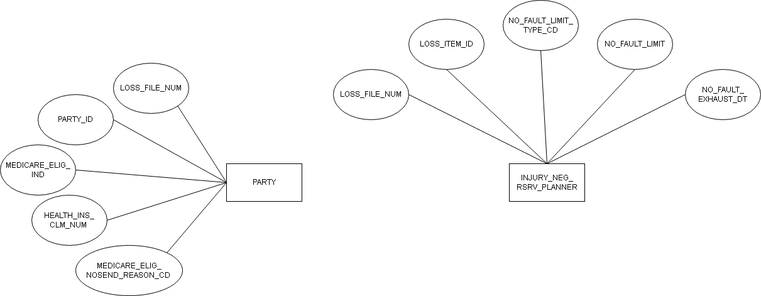
Before: icu_medicare_tab.drawio.png, a diagram exported from draw.io (aliu7198/diagrams). Source tidied: cells renumbered, new cells last; positions are measured from the earlier drawing's top-left corner, leaving out a move shared by most shapes.
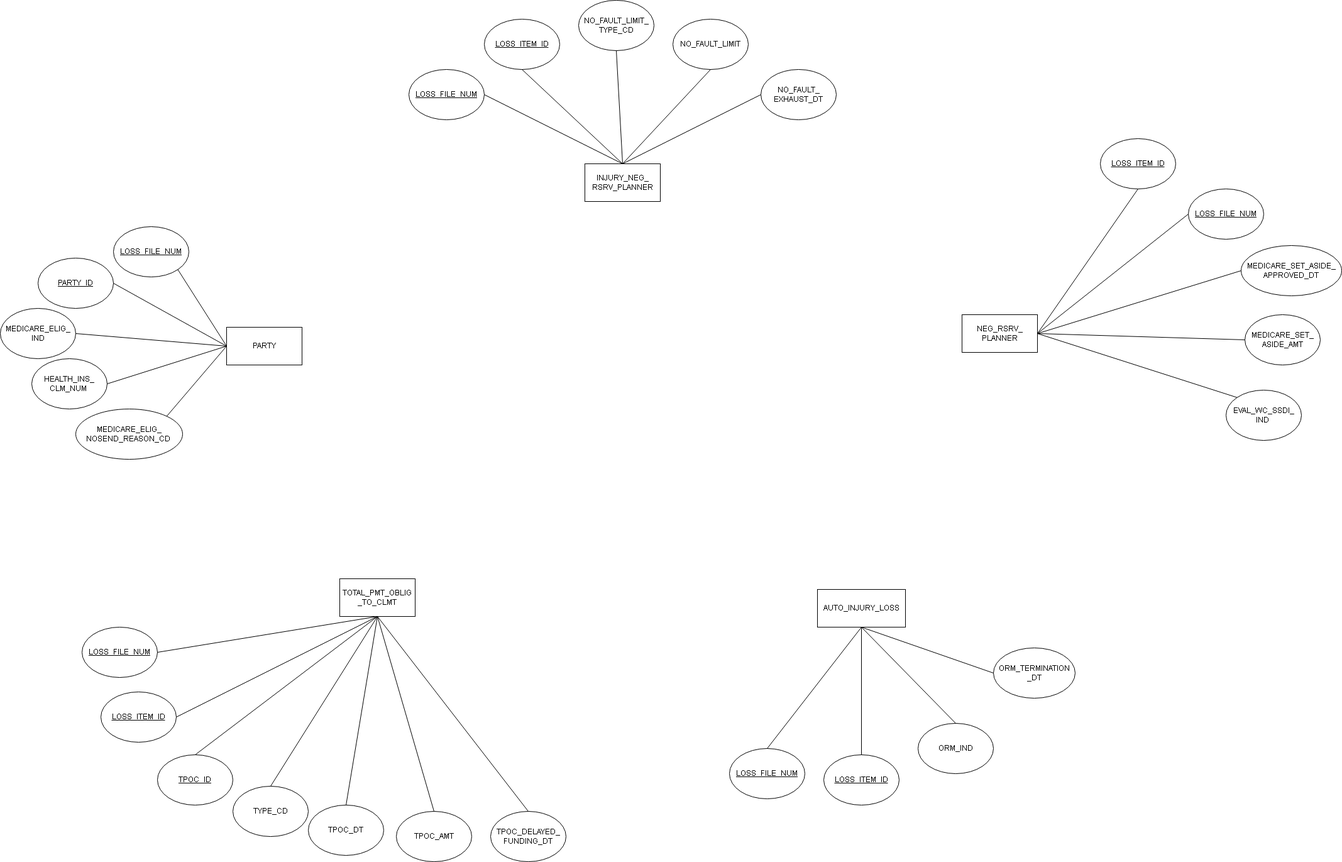
After the change.

Diff of the diagram source:
```diff
@@ -3,22 +3,22 @@
     <mxCell id="0" />
     <mxCell id="1" parent="0" />
     <mxCell id="2" value="PARTY" style="rounded=0;whiteSpace=wrap;html=1;" parent="1" vertex="1">
-      <mxGeometry x="360" y="260" width="120" height="60" as="geometry" />
+      <mxGeometry x="320" y="390" width="120" height="60" as="geometry" />
     </mxCell>
-    <mxCell id="3" value="LOSS_FILE_NUM" style="ellipse;whiteSpace=wrap;html=1;" parent="1" vertex="1">
-      <mxGeometry x="180" y="100" width="120" height="80" as="geometry" />
+    <mxCell id="3" value="&lt;u&gt;LOSS_FILE_NUM&lt;/u&gt;" style="ellipse;whiteSpace=wrap;html=1;" parent="1" vertex="1">
+      <mxGeometry x="140" y="230" width="120" height="80" as="geometry" />
     </mxCell>
-    <mxCell id="4" value="PARTY_ID" style="ellipse;whiteSpace=wrap;html=1;" parent="1" vertex="1">
-      <mxGeometry x="60" y="150" width="120" height="80" as="geometry" />
+    <mxCell id="4" value="&lt;u&gt;PARTY_ID&lt;/u&gt;" style="ellipse;whiteSpace=wrap;html=1;" parent="1" vertex="1">
+      <mxGeometry x="20" y="280" width="120" height="80" as="geometry" />
     </mxCell>
     <mxCell id="5" value="MEDICARE_ELIG_&lt;div&gt;IND&lt;/div&gt;" style="ellipse;whiteSpace=wrap;html=1;" parent="1" vertex="1">
-      <mxGeometry y="230" width="120" height="80" as="geometry" />
+      <mxGeometry x="-40" y="360" width="120" height="80" as="geometry" />
     </mxCell>
     <mxCell id="6" value="HEALTH_INS_&lt;div&gt;CLM_NUM&amp;nbsp;&lt;/div&gt;" style="ellipse;whiteSpace=wrap;html=1;" parent="1" vertex="1">
-      <mxGeometry x="50" y="310" width="120" height="80" as="geometry" />
+      <mxGeometry x="10" y="440" width="120" height="80" as="geometry" />
     </mxCell>
     <mxCell id="7" value="MEDICARE_ELIG_&lt;div&gt;NOSEND_REASON_CD&amp;nbsp;&lt;/div&gt;" style="ellipse;whiteSpace=wrap;html=1;" parent="1" vertex="1">
-      <mxGeometry x="120" y="390" width="170" height="80" as="geometry" />
+      <mxGeometry x="80" y="520" width="170" height="80" as="geometry" />
     </mxCell>
     <mxCell id="8" style="endArrow=none;html=1;rounded=0;exitX=1;exitY=1;exitDx=0;exitDy=0;entryX=0;entryY=0.5;entryDx=0;entryDy=0;" parent="1" edge="1" source="3" target="2">
       <mxGeometry relative="1" as="geometry" />
@@ -31,31 +31,31 @@
     </mxCell>
     <mxCell id="11" style="endArrow=none;html=1;rounded=0;exitX=1;exitY=0.5;exitDx=0;exitDy=0;" parent="1" edge="1" source="5">
       <mxGeometry relative="1" as="geometry">
-        <mxPoint x="360" y="290" as="targetPoint" />
+        <mxPoint x="320" y="420" as="targetPoint" />
       </mxGeometry>
     </mxCell>
     <mxCell id="12" style="endArrow=none;html=1;rounded=0;exitX=1;exitY=0;exitDx=0;exitDy=0;" parent="1" edge="1" source="7">
       <mxGeometry relative="1" as="geometry">
-        <mxPoint x="360" y="290" as="targetPoint" />
+        <mxPoint x="320" y="420" as="targetPoint" />
       </mxGeometry>
     </mxCell>
     <mxCell id="13" value="INJURY_NEG_&lt;div&gt;RSRV_PLANNER&lt;/div&gt;" style="rounded=0;whiteSpace=wrap;html=1;" parent="1" vertex="1">
-      <mxGeometry x="810" y="260" width="120" height="60" as="geometry" />
+      <mxGeometry x="890" y="130" width="120" height="60" as="geometry" />
     </mxCell>
-    <mxCell id="14" value="LOSS_ITEM_ID" style="ellipse;whiteSpace=wrap;html=1;" parent="1" vertex="1">
-      <mxGeometry x="650" y="30" width="120" height="80" as="geometry" />
+    <mxCell id="14" value="&lt;u&gt;LOSS_ITEM_ID&lt;/u&gt;" style="ellipse;whiteSpace=wrap;html=1;" parent="1" vertex="1">
+      <mxGeometry x="730" y="-100" width="120" height="80" as="geometry" />
     </mxCell>
-    <mxCell id="15" value="LOSS_FILE_NUM" style="ellipse;whiteSpace=wrap;html=1;" parent="1" vertex="1">
-      <mxGeometry x="530" y="110" width="120" height="80" as="geometry" />
+    <mxCell id="15" value="&lt;u&gt;LOSS_FILE_NUM&lt;/u&gt;" style="ellipse;whiteSpace=wrap;html=1;" parent="1" vertex="1">
+      <mxGeometry x="610" y="-20" width="120" height="80" as="geometry" />
     </mxCell>
     <mxCell id="16" value="NO_FAULT_LIMIT_&lt;div&gt;TYPE_CD&lt;/div&gt;" style="ellipse;whiteSpace=wrap;html=1;" parent="1" vertex="1">
-      <mxGeometry x="800" width="120" height="80" as="geometry" />
+      <mxGeometry x="880" y="-130" width="120" height="80" as="geometry" />
     </mxCell>
     <mxCell id="17" value="NO_FAULT_LIMIT" style="ellipse;whiteSpace=wrap;html=1;" parent="1" vertex="1">
-      <mxGeometry x="950" y="30" width="120" height="80" as="geometry" />
+      <mxGeometry x="1030" y="-100" width="120" height="80" as="geometry" />
     </mxCell>
     <mxCell id="18" value="NO_FAULT_&lt;div&gt;EXHAUST_DT&lt;/div&gt;" style="ellipse;whiteSpace=wrap;html=1;" parent="1" vertex="1">
-      <mxGeometry x="1090" y="110" width="120" height="80" as="geometry" />
+      <mxGeometry x="1170" y="-20" width="120" height="80" as="geometry" />
     </mxCell>
     <mxCell id="19" style="endArrow=none;html=1;rounded=0;entryX=0.5;entryY=1;entryDx=0;entryDy=0;exitX=0.5;exitY=0;exitDx=0;exitDy=0;" parent="1" edge="1" source="13" target="14">
       <mxGeometry relative="1" as="geometry" />
@@ -72,5 +72,112 @@
     <mxCell id="23" style="endArrow=none;html=1;rounded=0;entryX=0;entryY=0.5;entryDx=0;entryDy=0;exitX=0.5;exitY=0;exitDx=0;exitDy=0;" parent="1" edge="1" source="13" target="18">
       <mxGeometry relative="1" as="geometry" />
     </mxCell>
+    <mxCell id="24" value="NEG_RSRV_&lt;div&gt;PLANNER&lt;/div&gt;" style="rounded=0;whiteSpace=wrap;html=1;" parent="1" vertex="1">
+      <mxGeometry x="1490" y="370" width="120" height="60" as="geometry" />
+    </mxCell>
+    <mxCell id="25" value="MEDICARE_SET_ASIDE_&lt;div&gt;APPROVED_DT&lt;/div&gt;" style="ellipse;whiteSpace=wrap;html=1;" parent="1" vertex="1">
+      <mxGeometry x="1934" y="260" width="160" height="80" as="geometry" />
+    </mxCell>
+    <mxCell id="26" value="MEDICARE_SET_&lt;div&gt;ASIDE_AMT&lt;/div&gt;" style="ellipse;whiteSpace=wrap;html=1;" parent="1" vertex="1">
+      <mxGeometry x="1940" y="370" width="120" height="80" as="geometry" />
+    </mxCell>
+    <mxCell id="27" value="EVAL_WC_SSDI_&lt;div&gt;IND&amp;nbsp;&lt;/div&gt;" style="ellipse;whiteSpace=wrap;html=1;" parent="1" vertex="1">
+      <mxGeometry x="1910" y="490" width="120" height="80" as="geometry" />
+    </mxCell>
+    <mxCell id="28" value="&lt;u&gt;LOSS_FILE_NUM&lt;/u&gt;" style="ellipse;whiteSpace=wrap;html=1;" parent="1" vertex="1">
+      <mxGeometry x="1850" y="170" width="120" height="80" as="geometry" />
+    </mxCell>
+    <mxCell id="29" value="&lt;u&gt;LOSS_ITEM_ID&lt;/u&gt;" style="ellipse;whiteSpace=wrap;html=1;" parent="1" vertex="1">
+      <mxGeometry x="1710" y="90" width="120" height="80" as="geometry" />
+    </mxCell>
+    <mxCell id="30" style="endArrow=none;html=1;rounded=0;entryX=0.5;entryY=1;entryDx=0;entryDy=0;exitX=1;exitY=0.5;exitDx=0;exitDy=0;" parent="1" edge="1" source="24" target="29">
+      <mxGeometry relative="1" as="geometry" />
+    </mxCell>
+    <mxCell id="31" style="endArrow=none;html=1;rounded=0;entryX=0;entryY=0.5;entryDx=0;entryDy=0;" parent="1" edge="1" target="25">
+      <mxGeometry relative="1" as="geometry">
+        <mxPoint x="1610" y="400" as="sourcePoint" />
+      </mxGeometry>
+    </mxCell>
+    <mxCell id="32" style="endArrow=none;html=1;rounded=0;entryX=0;entryY=0.5;entryDx=0;entryDy=0;exitX=1;exitY=0.5;exitDx=0;exitDy=0;" parent="1" edge="1" source="24" target="26">
+      <mxGeometry relative="1" as="geometry" />
+    </mxCell>
+    <mxCell id="33" style="endArrow=none;html=1;rounded=0;entryX=0;entryY=0;entryDx=0;entryDy=0;exitX=1;exitY=0.5;exitDx=0;exitDy=0;" parent="1" edge="1" source="24" target="27">
+      <mxGeometry relative="1" as="geometry" />
+    </mxCell>
+    <mxCell id="34" style="endArrow=none;html=1;rounded=0;entryX=0;entryY=0.5;entryDx=0;entryDy=0;exitX=1;exitY=0.5;exitDx=0;exitDy=0;" parent="1" edge="1" source="24" target="28">
+      <mxGeometry relative="1" as="geometry" />
+    </mxCell>
+    <mxCell id="35" value="AUTO_INJURY_LOSS" style="rounded=0;whiteSpace=wrap;html=1;" parent="1" vertex="1">
+      <mxGeometry x="1260" y="807" width="140" height="60" as="geometry" />
+    </mxCell>
+    <mxCell id="36" value="ORM_IND" style="ellipse;whiteSpace=wrap;html=1;" parent="1" vertex="1">
+      <mxGeometry x="1420" y="1020" width="120" height="80" as="geometry" />
+    </mxCell>
+    <mxCell id="37" value="ORM_TERMINATION&lt;div&gt;_DT&lt;/div&gt;" style="ellipse;whiteSpace=wrap;html=1;" parent="1" vertex="1">
+      <mxGeometry x="1540" y="900" width="130" height="80" as="geometry" />
+    </mxCell>
+    <mxCell id="38" value="&lt;u&gt;LOSS_FILE_NUM&lt;/u&gt;" style="ellipse;whiteSpace=wrap;html=1;" parent="1" vertex="1">
+      <mxGeometry x="1120" y="1060" width="120" height="80" as="geometry" />
+    </mxCell>
+    <mxCell id="39" value="&lt;u&gt;LOSS_ITEM_ID&lt;/u&gt;" style="ellipse;whiteSpace=wrap;html=1;" parent="1" vertex="1">
+      <mxGeometry x="1270" y="1070" width="120" height="80" as="geometry" />
+    </mxCell>
+    <mxCell id="40" style="endArrow=none;html=1;rounded=0;exitX=0.5;exitY=0;exitDx=0;exitDy=0;entryX=0.5;entryY=1;entryDx=0;entryDy=0;" parent="1" edge="1" source="38" target="35">
+      <mxGeometry relative="1" as="geometry" />
+    </mxCell>
+    <mxCell id="41" style="endArrow=none;html=1;rounded=0;exitX=0.5;exitY=0;exitDx=0;exitDy=0;entryX=0.5;entryY=1;entryDx=0;entryDy=0;" parent="1" edge="1" source="39" target="35">
+      <mxGeometry relative="1" as="geometry" />
+    </mxCell>
+    <mxCell id="42" style="endArrow=none;html=1;rounded=0;exitX=0.5;exitY=0;exitDx=0;exitDy=0;entryX=0.5;entryY=1;entryDx=0;entryDy=0;" parent="1" edge="1" source="36" target="35">
+      <mxGeometry relative="1" as="geometry" />
+    </mxCell>
+    <mxCell id="43" style="endArrow=none;html=1;rounded=0;exitX=0;exitY=0.5;exitDx=0;exitDy=0;entryX=0.5;entryY=1;entryDx=0;entryDy=0;" parent="1" edge="1" source="37" target="35">
+      <mxGeometry relative="1" as="geometry" />
+    </mxCell>
+    <mxCell id="44" value="TOTAL_PMT_OBLIG&lt;div&gt;_TO_CLMT&lt;/div&gt;" style="rounded=0;whiteSpace=wrap;html=1;" parent="1" vertex="1">
+      <mxGeometry x="500" y="790" width="120" height="60" as="geometry" />
+    </mxCell>
+    <mxCell id="45" value="&lt;u&gt;TPOC_ID&lt;/u&gt;" style="ellipse;whiteSpace=wrap;html=1;" parent="1" vertex="1">
+      <mxGeometry x="210" y="1070" width="120" height="80" as="geometry" />
+    </mxCell>
+    <mxCell id="46" value="TYPE_CD" style="ellipse;whiteSpace=wrap;html=1;" parent="1" vertex="1">
+      <mxGeometry x="330" y="1120" width="120" height="80" as="geometry" />
+    </mxCell>
+    <mxCell id="47" value="TPOC_DT" style="ellipse;whiteSpace=wrap;html=1;" parent="1" vertex="1">
+      <mxGeometry x="450" y="1150" width="120" height="80" as="geometry" />
+    </mxCell>
+    <mxCell id="48" value="TPOC_AMT" style="ellipse;whiteSpace=wrap;html=1;" parent="1" vertex="1">
+      <mxGeometry x="590" y="1160" width="120" height="80" as="geometry" />
+    </mxCell>
+    <mxCell id="49" value="TPOC_DELAYED_&lt;div&gt;FUNDING_DT&lt;/div&gt;" style="ellipse;whiteSpace=wrap;html=1;" parent="1" vertex="1">
+      <mxGeometry x="740" y="1160" width="120" height="80" as="geometry" />
+    </mxCell>
+    <mxCell id="50" value="&lt;u&gt;LOSS_FILE_NUM&lt;/u&gt;" style="ellipse;whiteSpace=wrap;html=1;" parent="1" vertex="1">
+      <mxGeometry x="90" y="867" width="120" height="80" as="geometry" />
+    </mxCell>
+    <mxCell id="51" value="&lt;u&gt;LOSS_ITEM_ID&lt;/u&gt;" style="ellipse;whiteSpace=wrap;html=1;" parent="1" vertex="1">
+      <mxGeometry x="120" y="970" width="120" height="80" as="geometry" />
+    </mxCell>
+    <mxCell id="52" style="endArrow=none;html=1;rounded=0;exitX=1;exitY=0.5;exitDx=0;exitDy=0;entryX=0.5;entryY=1;entryDx=0;entryDy=0;" parent="1" edge="1" source="50" target="44">
+      <mxGeometry relative="1" as="geometry" />
+    </mxCell>
+    <mxCell id="53" style="endArrow=none;html=1;rounded=0;exitX=1;exitY=0.5;exitDx=0;exitDy=0;entryX=0.5;entryY=1;entryDx=0;entryDy=0;" parent="1" edge="1" source="51" target="44">
+      <mxGeometry relative="1" as="geometry" />
+    </mxCell>
+    <mxCell id="54" style="endArrow=none;html=1;rounded=0;exitX=0.5;exitY=0;exitDx=0;exitDy=0;entryX=0.5;entryY=1;entryDx=0;entryDy=0;" parent="1" edge="1" source="45" target="44">
+      <mxGeometry relative="1" as="geometry" />
+    </mxCell>
+    <mxCell id="55" style="endArrow=none;html=1;rounded=0;exitX=0.5;exitY=0;exitDx=0;exitDy=0;entryX=0.5;entryY=1;entryDx=0;entryDy=0;" parent="1" edge="1" source="46" target="44">
+      <mxGeometry relative="1" as="geometry" />
+    </mxCell>
+    <mxCell id="56" style="endArrow=none;html=1;rounded=0;entryX=0.5;entryY=0;entryDx=0;entryDy=0;exitX=0.5;exitY=1;exitDx=0;exitDy=0;" parent="1" edge="1" source="44" target="47">
+      <mxGeometry relative="1" as="geometry" />
+    </mxCell>
+    <mxCell id="57" style="endArrow=none;html=1;rounded=0;entryX=0.5;entryY=0;entryDx=0;entryDy=0;exitX=0.5;exitY=1;exitDx=0;exitDy=0;" parent="1" edge="1" source="44" target="48">
+      <mxGeometry relative="1" as="geometry" />
+    </mxCell>
+    <mxCell id="58" style="endArrow=none;html=1;rounded=0;entryX=0.5;entryY=0;entryDx=0;entryDy=0;exitX=0.5;exitY=1;exitDx=0;exitDy=0;" parent="1" edge="1" source="44" target="49">
+      <mxGeometry relative="1" as="geometry" />
+    </mxCell>
   </root>
 </mxGraphModel>
```
